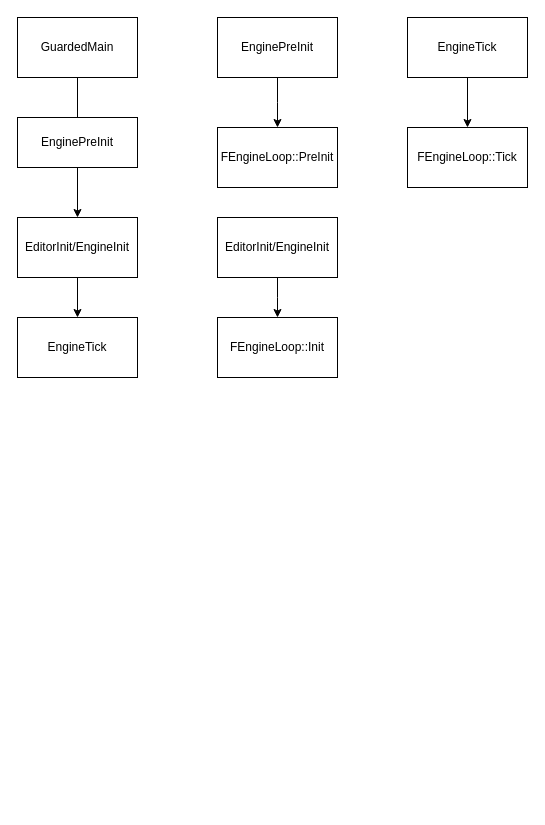
This is 2022/01/05/UE4引擎启动流程/TickFlow.drawio from pixel-Teee/pixel-Teee.github.io, a draw.io file, before an edit. Source tidied: cells renumbered, new cells numbered last; positions are measured from the earlier drawing's top-left corner, leaving out a move shared by most shapes. Both pictures are drawn from the tidied source at 100%, with x=0, y=0 at pixel (17, 17).
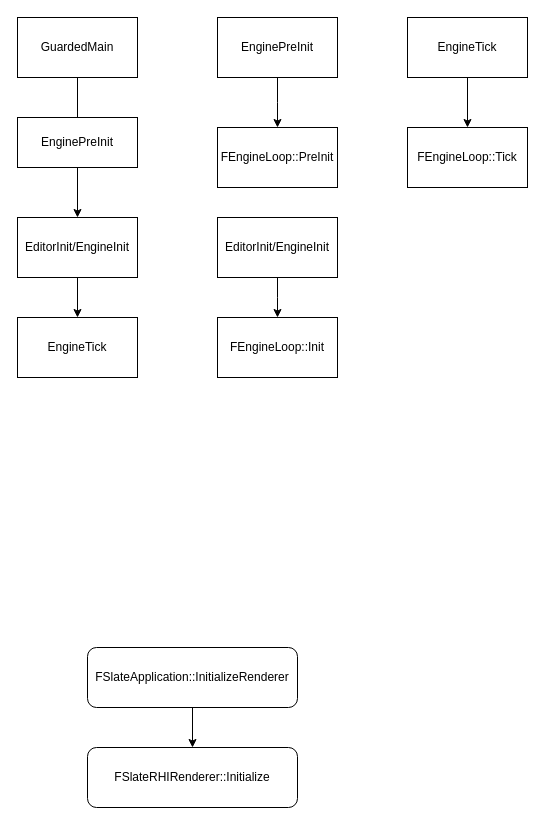
After the change.

The edit, as a diff of the source:
```diff
@@
+    <mxCell id="18" style="edgeStyle=orthogonalEdgeStyle;rounded=0;jettySize=auto;html=1;" parent="1" edge="1" source="19" target="20">
+      <mxGeometry relative="1" as="geometry" />
+    </mxCell>
+    <mxCell id="19" value="FSlateApplication::InitializeRenderer" style="rounded=1;whiteSpace=wrap;html=1;" parent="1" vertex="1">
+      <mxGeometry x="70" y="630" width="210" height="60" as="geometry" />
+    </mxCell>
+    <mxCell id="20" value="FSlateRHIRenderer::Initialize" style="rounded=1;whiteSpace=wrap;html=1;" parent="1" vertex="1">
+      <mxGeometry x="70" y="730" width="210" height="60" as="geometry" />
+    </mxCell>
```
